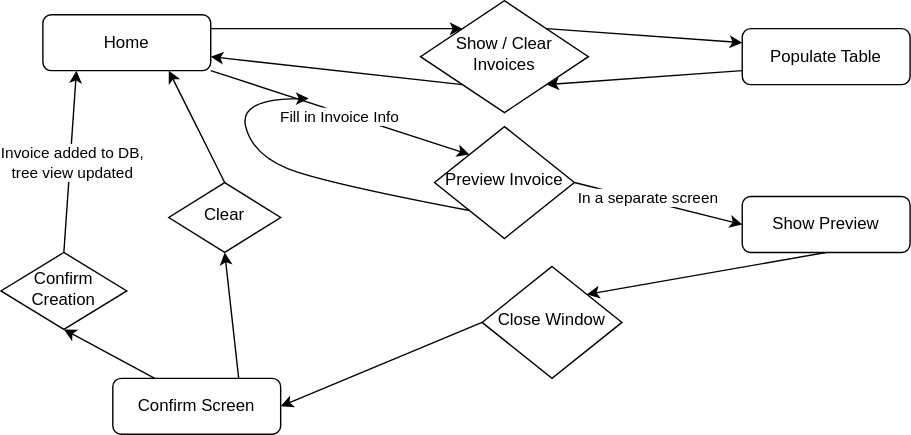
This is Data Flow Diagrams/InvoicesPage.svg from KitchenPizzeria/Client-Apps, a draw.io export, as it was before one commit. Source tidied: cells renumbered, new cells last; positions are measured from the earlier drawing's top-left corner, leaving out a move shared by most shapes.
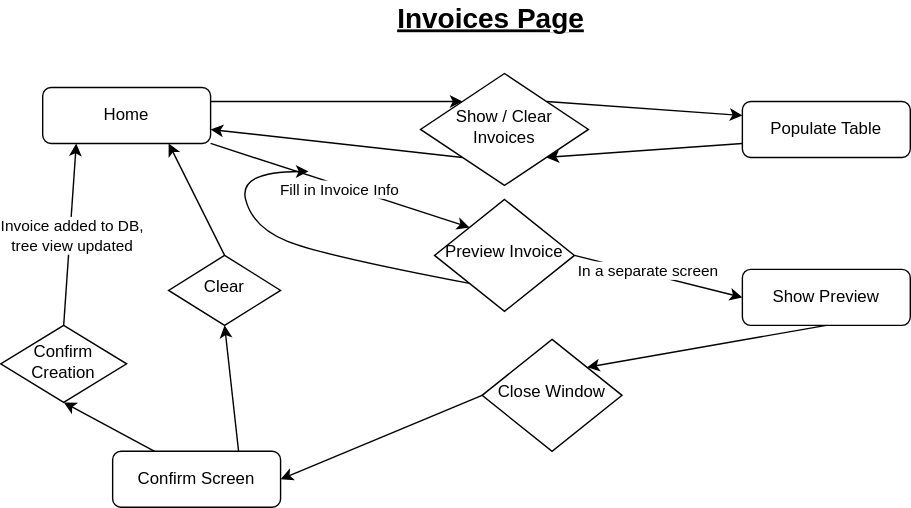
Later version of the same file.

Change to the diagram source:
```diff
@@ -94,5 +94,8 @@
     <mxCell id="28" style="edgeStyle=none;rounded=0;orthogonalLoop=1;jettySize=auto;html=1;exitX=1;exitY=1;exitDx=0;exitDy=0;" parent="1" edge="1" source="27" target="27">
       <mxGeometry relative="1" as="geometry" />
     </mxCell>
+    <mxCell id="29" value="&lt;font style=&quot;font-size: 20px&quot;&gt;&lt;b&gt;&lt;u&gt;Invoices Page&lt;/u&gt;&lt;/b&gt;&lt;/font&gt;" style="text;html=1;align=center;verticalAlign=middle;strokeColor=none;fillColor=none;" parent="1" vertex="1">
+      <mxGeometry x="275" y="-50" width="150" height="20" as="geometry" />
+    </mxCell>
   </root>
 </mxGraphModel>
```
